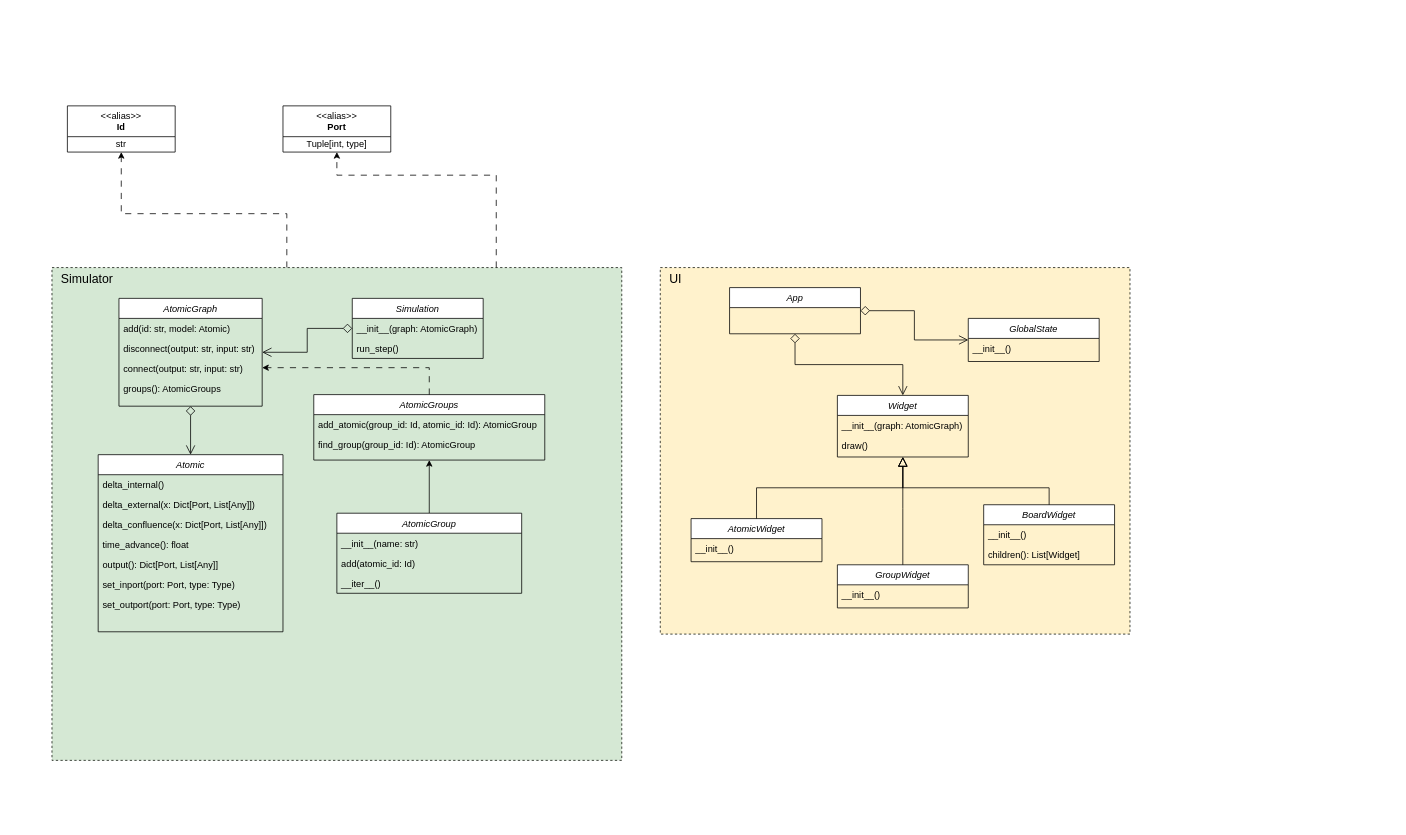
Before: design/class diagrams/class diagram.drawio in EmmanuelMess/Multistep-DEVS-Simulator, a draw.io diagram. Source tidied: cells renumbered, new cells numbered last; positions are measured from the earlier drawing's top-left corner, leaving out a move shared by most shapes. Both pictures are drawn from the tidied source at 77%, with x=0, y=0 at pixel (52, 105).
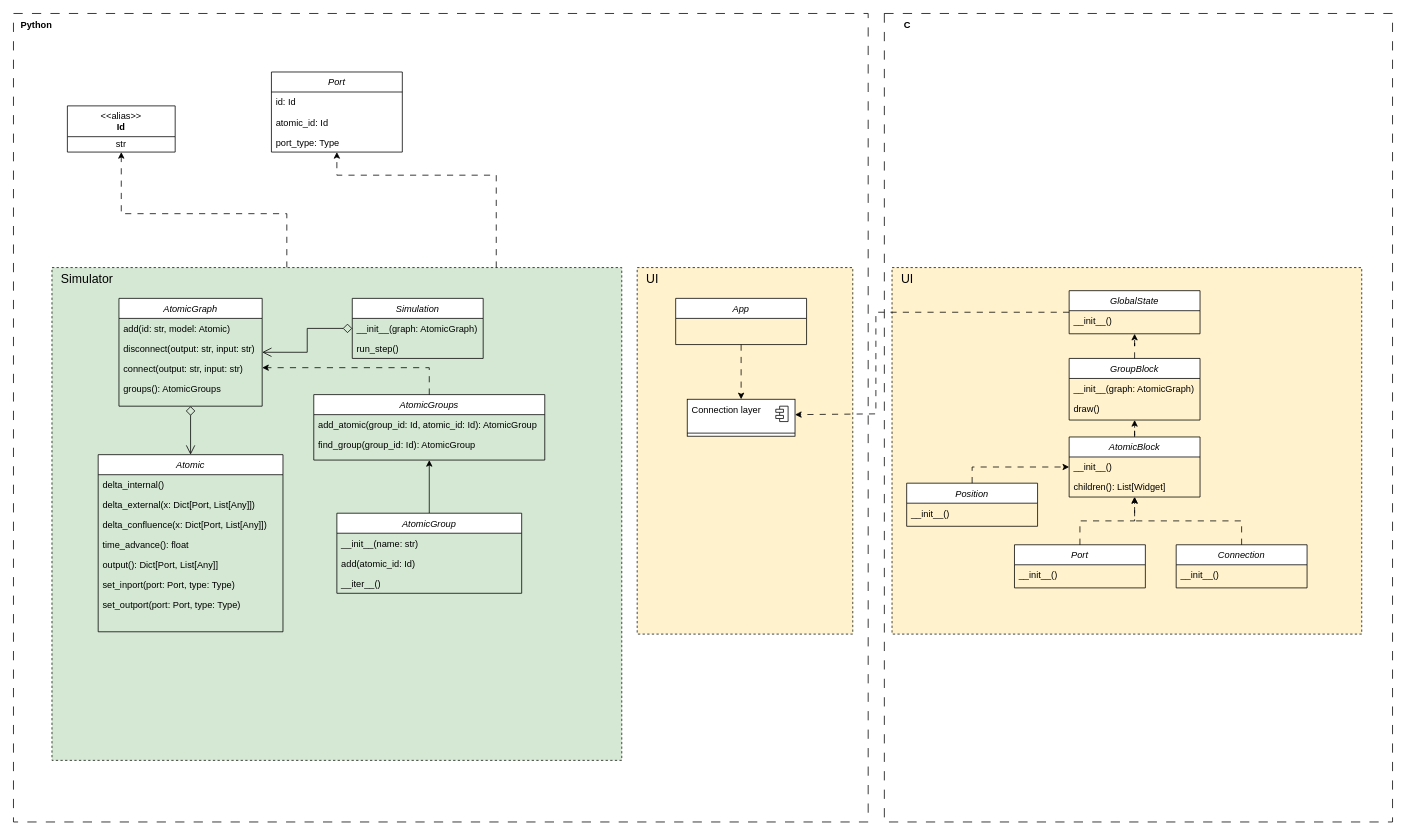
Above is the later version.

Unchanged cells that the change refers to:
```xml
<mxCell id="3" style="rounded=0;whiteSpace=wrap;html=1;fillColor=#d5e8d4;dashed=1;strokeColor=#0F140C;" parent="1" vertex="1">
  <mxGeometry y="210" width="740" height="640" as="geometry" />
</mxCell>
```

What changed in the source:
```diff
@@
+    <mxCell id="57" style="rounded=0;whiteSpace=wrap;html=1;fillColor=none;dashed=1;dashPattern=12 12;" parent="1" vertex="1">
+      <mxGeometry x="-50" y="-120" width="1110" height="1050" as="geometry" />
+    </mxCell>
+    <mxCell id="58" style="rounded=0;whiteSpace=wrap;html=1;fillColor=#fff2cc;dashed=1;strokeColor=#0F140C;" parent="1" vertex="1">
+      <mxGeometry x="760" y="210" width="280" height="476" as="geometry" />
+    </mxCell>
+    <mxCell id="59" style="rounded=0;whiteSpace=wrap;html=1;fillColor=none;dashed=1;dashPattern=12 12;" parent="1" vertex="1">
+      <mxGeometry x="1081" y="-120" width="660" height="1050" as="geometry" />
+    </mxCell>
@@
     <mxCell id="23" style="rounded=0;whiteSpace=wrap;html=1;fillColor=#fff2cc;dashed=1;strokeColor=#0F140C;" parent="1" vertex="1">
-      <mxGeometry x="790" y="210" width="610" height="476" as="geometry" />
+      <mxGeometry x="1091" y="210" width="610" height="476" as="geometry" />
     </mxCell>
     <mxCell id="24" value="App" style="swimlane;fontStyle=2;align=center;verticalAlign=top;horizontal=1;startSize=26;rounded=0;shadow=0;strokeWidth=1;" parent="1" vertex="1">
-      <mxGeometry x="880" y="236" width="170" height="60" as="geometry" />
+      <mxGeometry x="810" y="250" width="170" height="60" as="geometry" />
     </mxCell>
     <mxCell id="25" value="&lt;font style=&quot;font-size: 16px;&quot;&gt;UI&lt;/font&gt;" style="text;html=1;align=left;verticalAlign=middle;whiteSpace=wrap;rounded=0;strokeColor=none;" parent="1" vertex="1">
-      <mxGeometry x="800" y="210" width="140" height="30" as="geometry" />
+      <mxGeometry x="1101" y="210" width="140" height="30" as="geometry" />
     </mxCell>
-    <mxCell id="26" value="Widget" style="swimlane;fontStyle=2;align=center;verticalAlign=top;horizontal=1;startSize=26;rounded=0;shadow=0;strokeWidth=1;" parent="1" vertex="1">
-      <mxGeometry x="1020" y="376" width="170" height="80" as="geometry" />
+    <mxCell id="26" value="GroupBlock" style="swimlane;fontStyle=2;align=center;verticalAlign=top;horizontal=1;startSize=26;rounded=0;shadow=0;strokeWidth=1;" parent="1" vertex="1">
+      <mxGeometry x="1321" y="328" width="170" height="80" as="geometry" />
     </mxCell>
@@
-    <mxCell id="29" value="AtomicWidget" style="swimlane;fontStyle=2;align=center;verticalAlign=top;horizontal=1;startSize=26;rounded=0;shadow=0;strokeWidth=1;" parent="1" vertex="1">
-      <mxGeometry x="830" y="536" width="170" height="56" as="geometry" />
+    <mxCell id="29" value="Port" style="swimlane;fontStyle=2;align=center;verticalAlign=top;horizontal=1;startSize=26;rounded=0;shadow=0;strokeWidth=1;" parent="1" vertex="1">
+      <mxGeometry x="1250" y="570" width="170" height="56" as="geometry" />
     </mxCell>
@@
-    <mxCell id="31" style="edgeStyle=orthogonalEdgeStyle;rounded=0;jettySize=auto;html=1;endArrow=block;endFill=0;endSize=10;startSize=10;exitX=0.5;exitY=0;exitDx=0;exitDy=0;" parent="1" edge="1" source="29" target="26">
-      <mxGeometry relative="1" as="geometry">
-        <Array as="points">
-          <mxPoint x="915" y="496" />
-          <mxPoint x="1105" y="496" />
-        </Array>
-      </mxGeometry>
-    </mxCell>
-    <mxCell id="32" value="GroupWidget" style="swimlane;fontStyle=2;align=center;verticalAlign=top;horizontal=1;startSize=26;rounded=0;shadow=0;strokeWidth=1;" parent="1" vertex="1">
-      <mxGeometry x="1020" y="596" width="170" height="56" as="geometry" />
+    <mxCell id="32" value="Connection" style="swimlane;fontStyle=2;align=center;verticalAlign=top;horizontal=1;startSize=26;rounded=0;shadow=0;strokeWidth=1;" parent="1" vertex="1">
+      <mxGeometry x="1460" y="570" width="170" height="56" as="geometry" />
     </mxCell>
@@
-    <mxCell id="34" style="edgeStyle=orthogonalEdgeStyle;rounded=0;jettySize=auto;html=1;endArrow=block;endFill=0;endSize=10;startSize=10;" parent="1" edge="1" source="32" target="26">
-      <mxGeometry relative="1" as="geometry">
-        <Array as="points">
-          <mxPoint x="1105" y="523" />
-          <mxPoint x="1105" y="523" />
-        </Array>
-      </mxGeometry>
-    </mxCell>
-    <mxCell id="35" value="BoardWidget" style="swimlane;fontStyle=2;align=center;verticalAlign=top;horizontal=1;startSize=26;rounded=0;shadow=0;strokeWidth=1;" parent="1" vertex="1">
-      <mxGeometry x="1210" y="518" width="170" height="78" as="geometry" />
+    <mxCell id="35" value="AtomicBlock" style="swimlane;fontStyle=2;align=center;verticalAlign=top;horizontal=1;startSize=26;rounded=0;shadow=0;strokeWidth=1;" parent="1" vertex="1">
+      <mxGeometry x="1321" y="430" width="170" height="78" as="geometry" />
     </mxCell>
@@
-    <mxCell id="38" style="edgeStyle=orthogonalEdgeStyle;rounded=0;jettySize=auto;html=1;endArrow=block;endFill=0;endSize=10;startSize=10;exitX=0.5;exitY=0;exitDx=0;exitDy=0;" parent="1" edge="1" source="35" target="26">
-      <mxGeometry relative="1" as="geometry">
-        <Array as="points">
-          <mxPoint x="1295" y="496" />
-          <mxPoint x="1105" y="496" />
-        </Array>
-      </mxGeometry>
-    </mxCell>
     <mxCell id="39" value="GlobalState" style="swimlane;fontStyle=2;align=center;verticalAlign=top;horizontal=1;startSize=26;rounded=0;shadow=0;strokeWidth=1;" parent="1" vertex="1">
-      <mxGeometry x="1190" y="276" width="170" height="56" as="geometry" />
+      <mxGeometry x="1321" y="240" width="170" height="56" as="geometry" />
     </mxCell>
@@
-    <mxCell id="41" style="edgeStyle=orthogonalEdgeStyle;rounded=0;jettySize=auto;html=1;endSize=10;endArrow=open;endFill=0;startArrow=diamond;startFill=0;startSize=10;" parent="1" edge="1" source="24" target="39">
-      <mxGeometry relative="1" as="geometry" />
-    </mxCell>
@@
-    <mxCell id="53" style="edgeStyle=orthogonalEdgeStyle;rounded=0;jettySize=auto;html=1;endSize=10;endArrow=open;endFill=0;startArrow=diamond;startFill=0;startSize=10;" parent="1" edge="1" source="24" target="26">
-      <mxGeometry relative="1" as="geometry" />
-    </mxCell>
-    <mxCell id="54" value="&amp;lt;&amp;lt;alias&amp;gt;&amp;gt;&lt;br&gt;&lt;b&gt;Port&lt;/b&gt;" style="swimlane;fontStyle=0;align=center;verticalAlign=top;horizontal=1;startSize=40;html=1;whiteSpace=wrap;" parent="1" vertex="1">
-      <mxGeometry x="300" width="140" height="60" as="geometry" />
-    </mxCell>
-    <mxCell id="55" value="Tuple[int, type]" style="text;html=1;strokeColor=none;fillColor=none;align=center;verticalAlign=middle;spacingLeft=4;spacingRight=4;overflow=hidden;whiteSpace=wrap;" parent="54" vertex="1">
-      <mxGeometry y="40" width="140" height="20" as="geometry" />
-    </mxCell>
-    <mxCell id="56" style="edgeStyle=orthogonalEdgeStyle;rounded=0;jettySize=auto;html=1;dashed=1;dashPattern=8 8;" parent="1" edge="1" source="3" target="54">
+    <mxCell id="56" style="edgeStyle=orthogonalEdgeStyle;rounded=0;jettySize=auto;html=1;dashed=1;dashPattern=8 8;" parent="1" edge="1" source="3" target="60">
       <mxGeometry relative="1" as="geometry">
         <Array as="points">
           <mxPoint x="577" y="90" />
           <mxPoint x="370" y="90" />
         </Array>
       </mxGeometry>
     </mxCell>
+    <mxCell id="60" value="Port" style="swimlane;fontStyle=2;align=center;verticalAlign=top;horizontal=1;startSize=26;rounded=0;shadow=0;strokeWidth=1;" parent="1" vertex="1">
+      <mxGeometry x="285" y="-44" width="170" height="104" as="geometry" />
+    </mxCell>
+    <mxCell id="61" value="id: Id" style="text;align=left;verticalAlign=top;spacingLeft=4;spacingRight=4;overflow=hidden;" parent="60" vertex="1">
+      <mxGeometry y="26" width="170" height="26" as="geometry" />
+    </mxCell>
+    <mxCell id="62" value="atomic_id: Id" style="text;align=left;verticalAlign=top;spacingLeft=4;spacingRight=4;overflow=hidden;" parent="60" vertex="1">
+      <mxGeometry y="52" width="170" height="26" as="geometry" />
+    </mxCell>
+    <mxCell id="63" value="port_type: Type" style="text;align=left;verticalAlign=top;spacingLeft=4;spacingRight=4;overflow=hidden;" parent="60" vertex="1">
+      <mxGeometry y="78" width="170" height="26" as="geometry" />
+    </mxCell>
+    <mxCell id="64" value="&lt;b&gt;Python&lt;/b&gt;" style="text;html=1;align=center;verticalAlign=middle;whiteSpace=wrap;rounded=0;" parent="1" vertex="1">
+      <mxGeometry x="-50" y="-120" width="60" height="30" as="geometry" />
+    </mxCell>
+    <mxCell id="65" value="&lt;b&gt;C&lt;/b&gt;" style="text;html=1;align=center;verticalAlign=middle;whiteSpace=wrap;rounded=0;" parent="1" vertex="1">
+      <mxGeometry x="1081" y="-120" width="60" height="30" as="geometry" />
+    </mxCell>
+    <mxCell id="66" style="edgeStyle=orthogonalEdgeStyle;rounded=0;jettySize=auto;html=1;dashed=1;dashPattern=8 8;entryX=1;entryY=0.5;entryDx=0;entryDy=0;" parent="1" edge="1" source="39" target="69">
+      <mxGeometry relative="1" as="geometry">
+        <Array as="points">
+          <mxPoint x="1070" y="268" />
+          <mxPoint x="1070" y="400" />
+          <mxPoint x="965" y="400" />
+        </Array>
+      </mxGeometry>
+    </mxCell>
+    <mxCell id="67" value="&lt;font style=&quot;font-size: 16px;&quot;&gt;UI&lt;/font&gt;" style="text;html=1;align=left;verticalAlign=middle;whiteSpace=wrap;rounded=0;strokeColor=none;" parent="1" vertex="1">
+      <mxGeometry x="770" y="210" width="140" height="30" as="geometry" />
+    </mxCell>
+    <mxCell id="68" style="fontStyle=1;align=center;verticalAlign=top;horizontal=1;" parent="1" vertex="1">
+      <mxGeometry x="825" y="381" width="140" height="48" as="geometry" />
+    </mxCell>
+    <mxCell id="69" value="Connection layer" style="html=1;align=left;spacingLeft=4;verticalAlign=top;strokeColor=none;fillColor=none;whiteSpace=wrap;" parent="68" vertex="1">
+      <mxGeometry width="140" height="40" as="geometry" />
+    </mxCell>
+    <mxCell id="70" style="shape=module;jettyWidth=10;jettyHeight=4;" parent="69" vertex="1">
+      <mxGeometry x="1" width="16" height="20" relative="1" as="geometry">
+        <mxPoint x="-25" y="9" as="offset" />
+      </mxGeometry>
+    </mxCell>
+    <mxCell id="71" style="line;strokeWidth=1;fillColor=none;align=left;verticalAlign=middle;spacingTop=-1;spacingLeft=3;spacingRight=3;labelPosition=right;" parent="68" vertex="1">
+      <mxGeometry y="40" width="140" height="8" as="geometry" />
+    </mxCell>
+    <mxCell id="72" style="edgeStyle=orthogonalEdgeStyle;rounded=0;jettySize=auto;html=1;dashed=1;dashPattern=8 8;" parent="1" edge="1" source="24" target="69">
+      <mxGeometry relative="1" as="geometry" />
+    </mxCell>
+    <mxCell id="73" style="edgeStyle=orthogonalEdgeStyle;rounded=0;jettySize=auto;html=1;dashed=1;dashPattern=8 8;" parent="1" edge="1" source="26" target="39">
+      <mxGeometry relative="1" as="geometry" />
+    </mxCell>
+    <mxCell id="38" style="edgeStyle=orthogonalEdgeStyle;rounded=0;jettySize=auto;html=1;dashed=1;dashPattern=8 8;" parent="1" edge="1" source="35" target="26">
+      <mxGeometry relative="1" as="geometry" />
+    </mxCell>
+    <mxCell id="74" style="edgeStyle=orthogonalEdgeStyle;rounded=0;jettySize=auto;html=1;dashed=1;dashPattern=8 8;" parent="1" edge="1" source="32" target="35">
+      <mxGeometry relative="1" as="geometry" />
+    </mxCell>
+    <mxCell id="75" style="edgeStyle=orthogonalEdgeStyle;rounded=0;jettySize=auto;html=1;dashed=1;dashPattern=8 8;" parent="1" edge="1" source="29" target="35">
+      <mxGeometry relative="1" as="geometry" />
+    </mxCell>
+    <mxCell id="76" value="Position" style="swimlane;fontStyle=2;align=center;verticalAlign=top;horizontal=1;startSize=26;rounded=0;shadow=0;strokeWidth=1;" parent="1" vertex="1">
+      <mxGeometry x="1110" y="490" width="170" height="56" as="geometry" />
+    </mxCell>
+    <mxCell id="77" value="__init__()" style="text;align=left;verticalAlign=top;spacingLeft=4;spacingRight=4;overflow=hidden;" parent="76" vertex="1">
+      <mxGeometry y="26" width="170" height="26" as="geometry" />
+    </mxCell>
+    <mxCell id="78" style="edgeStyle=orthogonalEdgeStyle;rounded=0;jettySize=auto;html=1;dashed=1;dashPattern=8 8;exitX=0.5;exitY=0;exitDx=0;exitDy=0;" parent="1" edge="1" source="76" target="35">
+      <mxGeometry relative="1" as="geometry" />
+    </mxCell>
```
